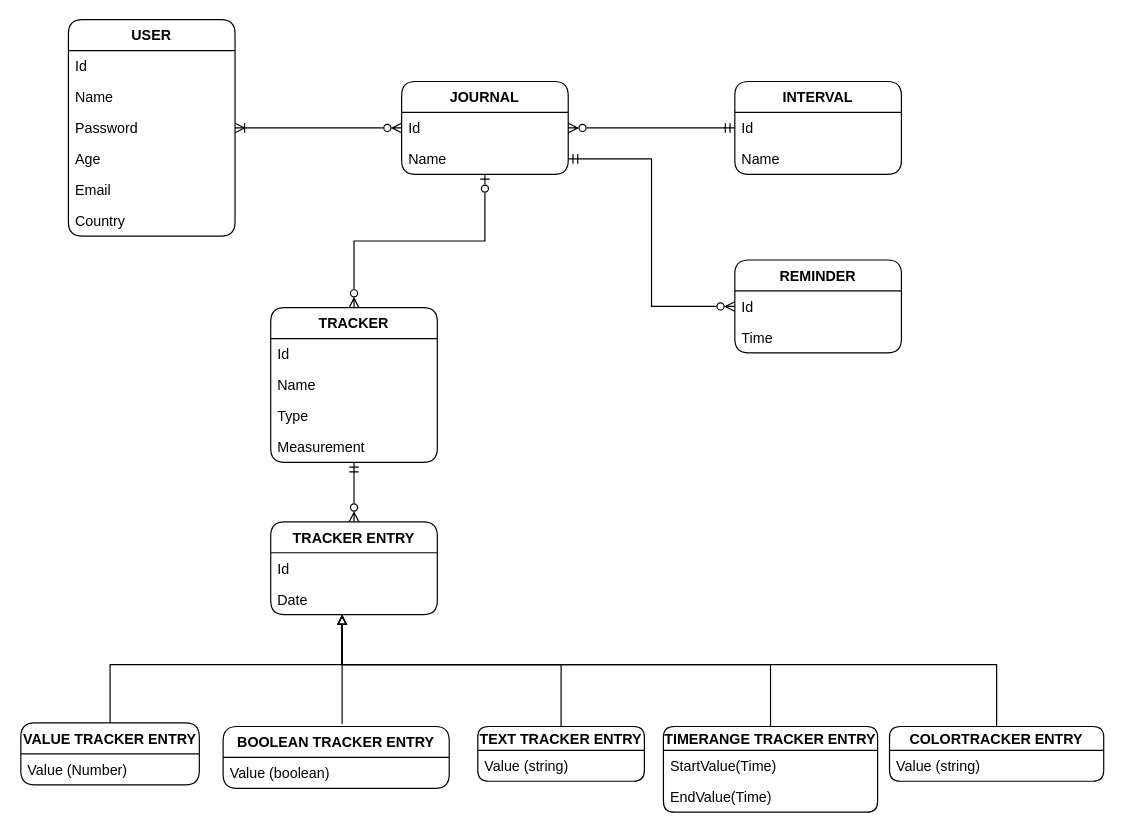
Earlier version of the draw.io diagram page "UML" (2 of 3) of Documentation/tracker app.drawio (margotgradina/HabitHare). Source tidied: cells renumbered, new cells numbered last; positions are measured from the earlier drawing's top-left corner, leaving out a move shared by most shapes. Both pictures are drawn from the tidied source at 119%, with x=0, y=0 at pixel (20, 19).
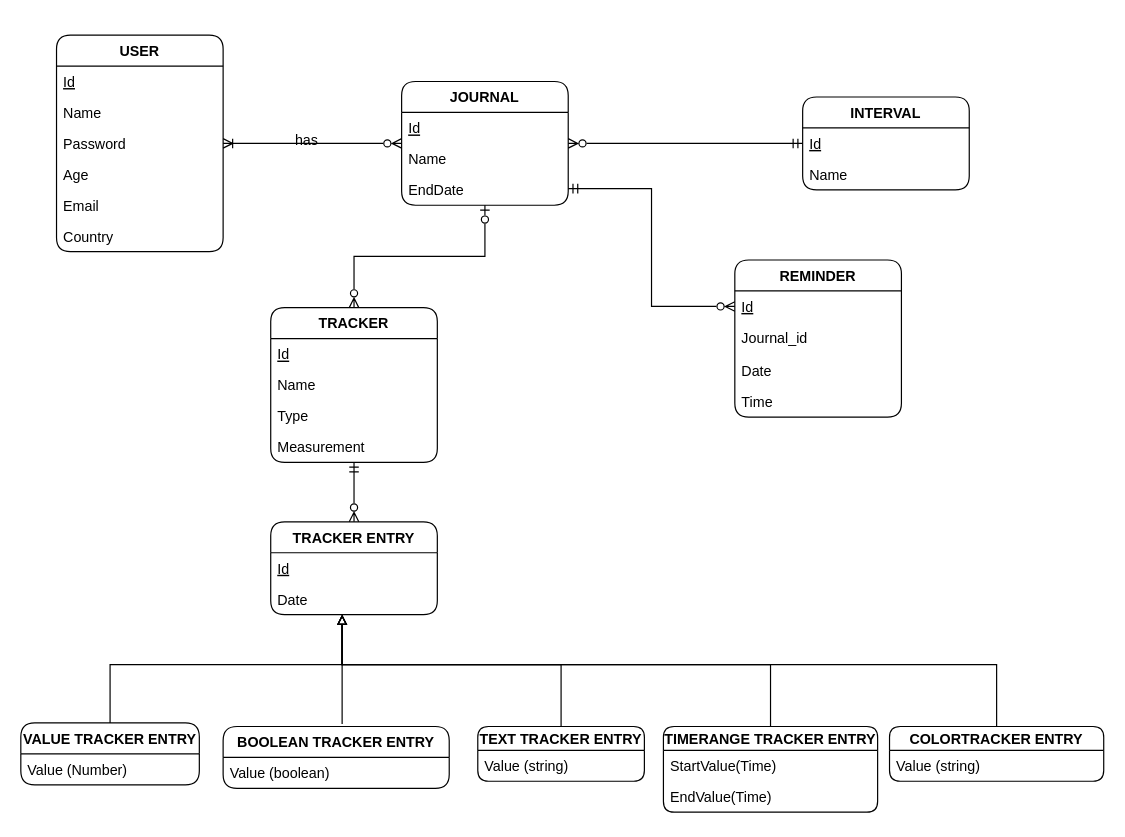
The same diagram, later.

Commit message:
update uml/erd

The change refers to these unchanged cells:
```xml
<mxCell id="5" value="Name" style="text;strokeColor=none;fillColor=none;align=left;verticalAlign=top;spacingLeft=4;spacingRight=4;overflow=hidden;points=[[0,0.5],[1,0.5]];portConstraint=eastwest;" parent="3" vertex="1">
  <mxGeometry y="52" width="140" height="26" as="geometry" />
</mxCell>
<mxCell id="10" value="TRACKER" style="swimlane;fontStyle=1;horizontal=1;startSize=26;fillColor=none;rounded=1;" parent="1" vertex="1">
  <mxGeometry x="210" y="242" width="140" height="130" as="geometry" />
</mxCell>
<mxCell id="28" value="TRACKER ENTRY" style="swimlane;fontStyle=1;horizontal=1;startSize=26;fillColor=none;rounded=1;" parent="1" vertex="1">
  <mxGeometry x="210" y="422" width="140" height="78" as="geometry" />
</mxCell>
```

Change to the diagram source:
```diff
@@
     <mxCell id="3" value="JOURNAL" style="swimlane;fontStyle=1;horizontal=1;startSize=26;fillColor=none;rounded=1;" parent="1" vertex="1">
-      <mxGeometry x="320" y="52" width="140" height="78" as="geometry" />
+      <mxGeometry x="320" y="52" width="140" height="104" as="geometry" />
     </mxCell>
-    <mxCell id="4" value="Id" style="text;strokeColor=none;fillColor=none;align=left;verticalAlign=top;spacingLeft=4;spacingRight=4;overflow=hidden;" parent="3" vertex="1">
+    <mxCell id="4" value="Id" style="text;strokeColor=none;fillColor=none;align=left;verticalAlign=top;spacingLeft=4;spacingRight=4;overflow=hidden;fontStyle=4;" parent="3" vertex="1">
       <mxGeometry y="26" width="140" height="26" as="geometry" />
     </mxCell>
@@
+    <mxCell id="47" value="EndDate" style="text;strokeColor=none;fillColor=none;align=left;verticalAlign=top;spacingLeft=4;spacingRight=4;overflow=hidden;" parent="3" vertex="1">
+      <mxGeometry y="78" width="140" height="26" as="geometry" />
+    </mxCell>
@@
     <mxCell id="7" value="INTERVAL" style="swimlane;fontStyle=1;horizontal=1;startSize=26;fillColor=none;rounded=1;" parent="1" vertex="1">
-      <mxGeometry x="600" y="52" width="140" height="78" as="geometry" />
+      <mxGeometry x="657" y="65" width="140" height="78" as="geometry" />
     </mxCell>
-    <mxCell id="8" value="Id" style="text;strokeColor=none;fillColor=none;align=left;verticalAlign=top;spacingLeft=4;spacingRight=4;overflow=hidden;" parent="7" vertex="1">
+    <mxCell id="8" value="Id" style="text;strokeColor=none;fillColor=none;align=left;verticalAlign=top;spacingLeft=4;spacingRight=4;overflow=hidden;fontStyle=4;" parent="7" vertex="1">
       <mxGeometry y="26" width="140" height="26" as="geometry" />
     </mxCell>
@@
-    <mxCell id="11" value="Id" style="text;strokeColor=none;fillColor=none;align=left;verticalAlign=top;spacingLeft=4;spacingRight=4;overflow=hidden;" parent="10" vertex="1">
+    <mxCell id="11" value="Id" style="text;strokeColor=none;fillColor=none;align=left;verticalAlign=top;spacingLeft=4;spacingRight=4;overflow=hidden;fontStyle=4;" parent="10" vertex="1">
       <mxGeometry y="26" width="140" height="26" as="geometry" />
     </mxCell>
@@
     <mxCell id="15" value="USER" style="swimlane;fontStyle=1;horizontal=1;startSize=26;fillColor=none;rounded=1;" parent="1" vertex="1">
-      <mxGeometry x="40" width="140" height="182" as="geometry" />
+      <mxGeometry x="30" y="13" width="140" height="182" as="geometry" />
     </mxCell>
-    <mxCell id="16" value="Id" style="text;strokeColor=none;fillColor=none;align=left;verticalAlign=top;spacingLeft=4;spacingRight=4;overflow=hidden;" parent="15" vertex="1">
+    <mxCell id="16" value="Id" style="text;strokeColor=none;fillColor=none;align=left;verticalAlign=top;spacingLeft=4;spacingRight=4;overflow=hidden;fontStyle=4;" parent="15" vertex="1">
       <mxGeometry y="26" width="140" height="26" as="geometry" />
     </mxCell>
@@
     <mxCell id="23" value="REMINDER" style="swimlane;fontStyle=1;horizontal=1;startSize=26;fillColor=none;rounded=1;" parent="1" vertex="1">
-      <mxGeometry x="600" y="202" width="140" height="78" as="geometry" />
+      <mxGeometry x="600" y="202" width="140" height="132" as="geometry" />
     </mxCell>
-    <mxCell id="24" value="Id" style="text;strokeColor=none;fillColor=none;align=left;verticalAlign=top;spacingLeft=4;spacingRight=4;overflow=hidden;points=[[0,0.5],[1,0.5]];portConstraint=eastwest;" parent="23" vertex="1">
+    <mxCell id="24" value="Id" style="text;strokeColor=none;fillColor=none;align=left;verticalAlign=top;spacingLeft=4;spacingRight=4;overflow=hidden;points=[[0,0.5],[1,0.5]];portConstraint=eastwest;fontStyle=4;" parent="23" vertex="1">
       <mxGeometry y="26" width="140" height="26" as="geometry" />
     </mxCell>
+    <mxCell id="48" value="Journal_id " style="text;strokeColor=none;fillColor=none;align=left;verticalAlign=top;spacingLeft=4;spacingRight=4;overflow=hidden;" parent="23" vertex="1">
+      <mxGeometry y="52" width="140" height="28" as="geometry" />
+    </mxCell>
+    <mxCell id="49" value="Date&#10;" style="text;strokeColor=none;fillColor=none;align=left;verticalAlign=top;spacingLeft=4;spacingRight=4;overflow=hidden;" parent="23" vertex="1">
+      <mxGeometry y="80" width="140" height="26" as="geometry" />
+    </mxCell>
     <mxCell id="25" value="Time" style="text;strokeColor=none;fillColor=none;align=left;verticalAlign=top;spacingLeft=4;spacingRight=4;overflow=hidden;" parent="23" vertex="1">
-      <mxGeometry y="52" width="140" height="26" as="geometry" />
+      <mxGeometry y="106" width="140" height="26" as="geometry" />
     </mxCell>
-    <mxCell id="26" style="edgeStyle=orthogonalEdgeStyle;rounded=0;jettySize=auto;html=1;entryX=0;entryY=0.5;entryDx=0;entryDy=0;startArrow=ERmandOne;startFill=0;endArrow=ERzeroToMany;endFill=0;" parent="1" edge="1" source="5" target="24">
-      <mxGeometry relative="1" as="geometry" />
+    <mxCell id="26" style="edgeStyle=orthogonalEdgeStyle;rounded=0;jettySize=auto;html=1;entryX=0;entryY=0.5;entryDx=0;entryDy=0;startArrow=ERmandOne;startFill=0;endArrow=ERzeroToMany;endFill=0;" parent="1" edge="1" source="3" target="24">
+      <mxGeometry relative="1" as="geometry">
+        <Array as="points">
+          <mxPoint x="530" y="142" />
+          <mxPoint x="530" y="241" />
+        </Array>
+      </mxGeometry>
     </mxCell>
@@
-    <mxCell id="29" value="Id" style="text;strokeColor=none;fillColor=none;align=left;verticalAlign=top;spacingLeft=4;spacingRight=4;overflow=hidden;" parent="28" vertex="1">
+    <mxCell id="29" value="Id" style="text;strokeColor=none;fillColor=none;align=left;verticalAlign=top;spacingLeft=4;spacingRight=4;overflow=hidden;fontStyle=4;" parent="28" vertex="1">
       <mxGeometry y="26" width="140" height="26" as="geometry" />
     </mxCell>
@@
+    <mxCell id="50" value="has" style="text;html=1;align=center;verticalAlign=middle;strokeColor=none;fillColor=none;" parent="1" vertex="1">
+      <mxGeometry x="220" y="87" width="40" height="30" as="geometry" />
+    </mxCell>
```
